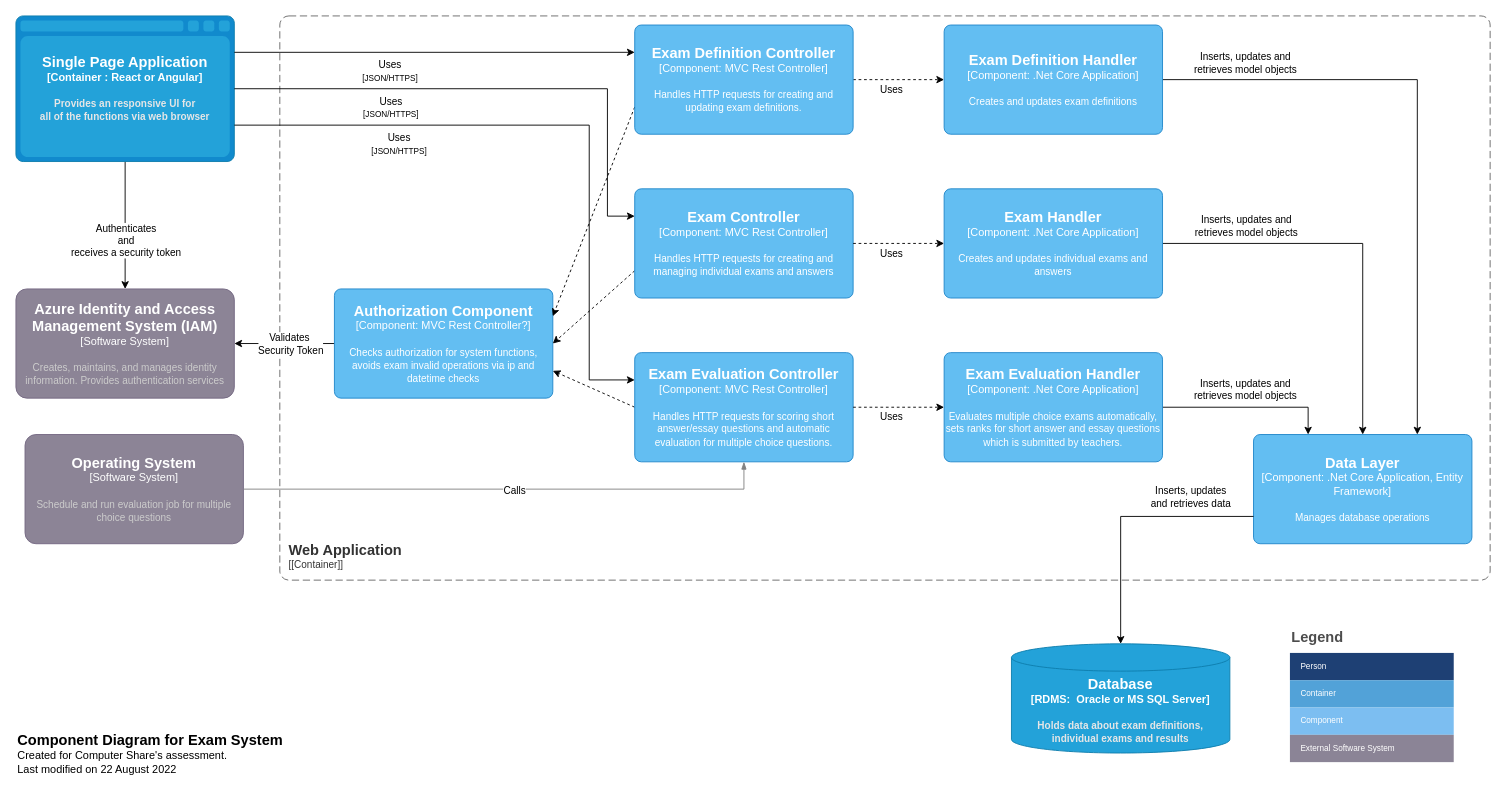
Above: Make The Grade/ComponentDiagram.drawio in KubilayKara/SoftwareDesign (draw.io), before the change. Source tidied: cells renumbered, new cells numbered last; positions are measured from the earlier drawing's top-left corner, leaving out a move shared by most shapes. Both pictures are drawn from the tidied source at 91%, with x=0, y=0 at pixel (15, 15).
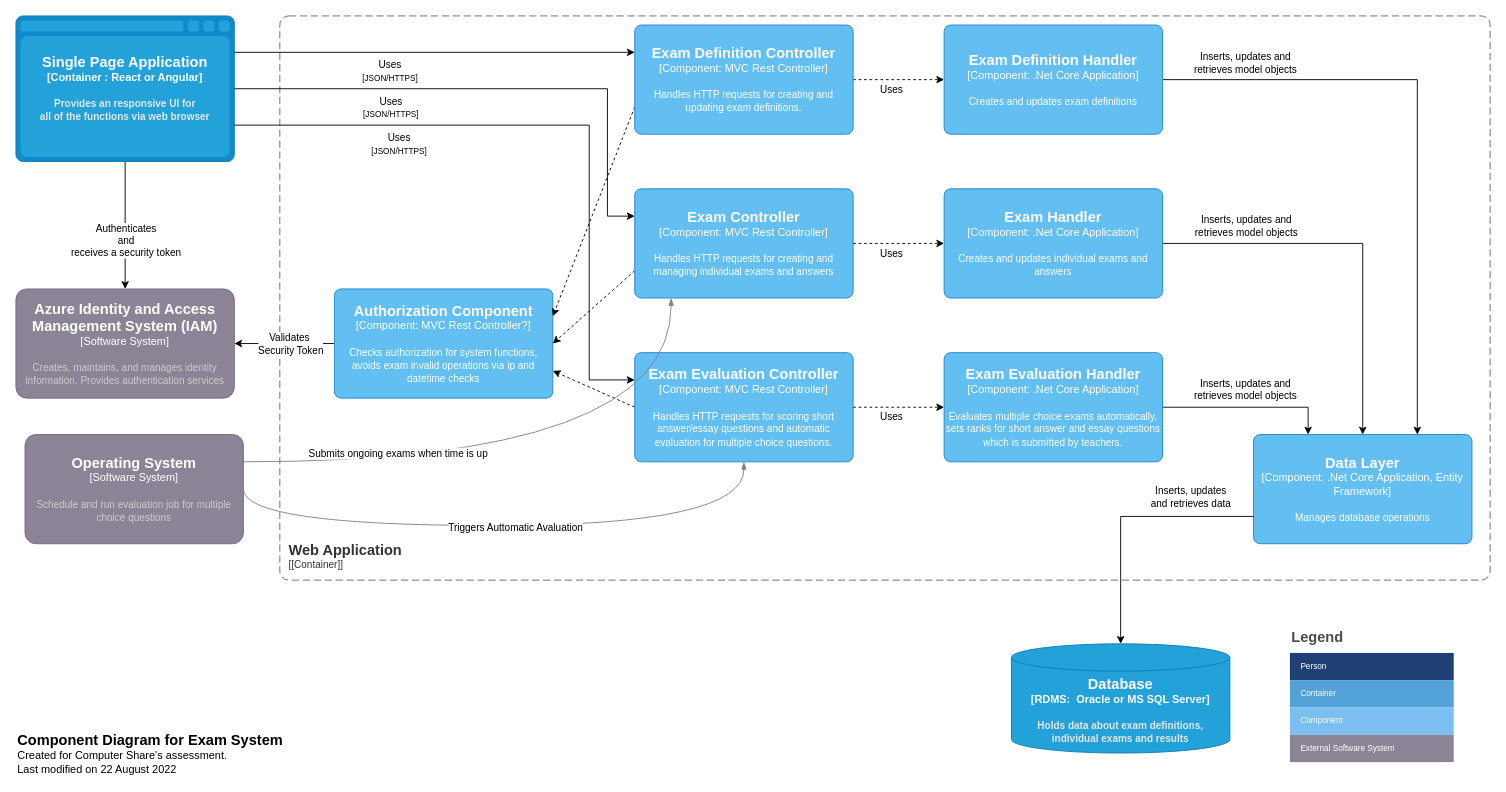
The same page after the edit.

Unchanged cells that the change refers to:
```xml
<object id="25" label="&lt;font style=&quot;font-size: 16px&quot;&gt;&lt;b&gt;%c4Name%&lt;/b&gt;&lt;/font&gt;&lt;div&gt;[%c4Type%: %c4Technology%]&lt;/div&gt;&lt;br&gt;&lt;div&gt;&lt;font style=&quot;font-size: 11px&quot;&gt;%c4Description%&lt;/font&gt;&lt;/div&gt;" c4Description="Handles HTTP requests for creating and managing individual exams and answers" c4Name="Exam Controller" c4Technology="MVC Rest Controller" c4Type="Component" placeholders="1">
  <mxCell style="rounded=1;whiteSpace=wrap;html=1;labelBackgroundColor=none;fillColor=#63BEF2;fontColor=#ffffff;align=center;arcSize=6;strokeColor=#2086C9;points=[[0.25,0,0],[0.5,0,0],[0.75,0,0],[1,0.25,0],[1,0.5,0],[1,0.75,0],[0.75,1,0],[0.5,1,0],[0.25,1,0],[0,0.75,0],[0,0.5,0],[0,0.25,0]];" parent="1" vertex="1">
    <mxGeometry x="680" y="190" width="240" height="120" as="geometry" />
  </mxCell>
</object>
<object id="27" label="&lt;font style=&quot;font-size: 16px&quot;&gt;&lt;b&gt;%c4Name%&lt;/b&gt;&lt;/font&gt;&lt;div&gt;[%c4Type%: %c4Technology%]&lt;/div&gt;&lt;br&gt;&lt;div&gt;&lt;font style=&quot;font-size: 11px&quot;&gt;%c4Description%&lt;/font&gt;&lt;/div&gt;" c4Description="Handles HTTP requests for scoring short answer/essay questions and automatic evaluation for multiple choice questions." c4Name="Exam Evaluation Controller" c4Technology="MVC Rest Controller" c4Type="Component" placeholders="1">
  <mxCell style="rounded=1;whiteSpace=wrap;html=1;labelBackgroundColor=none;fillColor=#63BEF2;fontColor=#ffffff;align=center;arcSize=6;strokeColor=#2086C9;points=[[0.25,0,0],[0.5,0,0],[0.75,0,0],[1,0.25,0],[1,0.5,0],[1,0.75,0],[0.75,1,0],[0.5,1,0],[0.25,1,0],[0,0.75,0],[0,0.5,0],[0,0.25,0]];" parent="1" vertex="1">
    <mxGeometry x="680" y="370" width="240" height="120" as="geometry" />
  </mxCell>
</object>
<object id="45" label="&lt;font style=&quot;font-size: 16px&quot;&gt;&lt;b&gt;%c4Name%&lt;/b&gt;&lt;/font&gt;&lt;div&gt;[%c4Type%]&lt;/div&gt;&lt;br&gt;&lt;div&gt;&lt;font style=&quot;font-size: 11px&quot;&gt;&lt;font color=&quot;#cccccc&quot;&gt;%c4Description%&lt;/font&gt;&lt;/div&gt;" c4Description="Schedule and run evaluation job for multiple choice questions" c4Name="Operating System" c4Type="Software System" placeholders="1">
  <mxCell style="rounded=1;whiteSpace=wrap;html=1;labelBackgroundColor=none;fillColor=#8C8496;fontColor=#ffffff;align=center;arcSize=10;strokeColor=#736782;points=[[0.25,0,0],[0.5,0,0],[0.75,0,0],[1,0.25,0],[1,0.5,0],[1,0.75,0],[0.75,1,0],[0.5,1,0],[0.25,1,0],[0,0.75,0],[0,0.5,0],[0,0.25,0]];" parent="1" vertex="1">
    <mxGeometry x="10" y="460" width="240" height="120" as="geometry" />
  </mxCell>
</object>
```

What changed in the source:
```diff
@@
-    <mxCell id="46" style="endArrow=blockThin;html=1;fontSize=10;fontColor=#404040;strokeWidth=1;endFill=1;strokeColor=#828282;elbow=vertical;jumpStyle=arc;jumpSize=16;rounded=0;edgeStyle=orthogonalEdgeStyle;exitX=1;exitY=0.5;exitDx=0;exitDy=0;exitPerimeter=0;entryX=0.5;entryY=1;entryDx=0;entryDy=0;entryPerimeter=0;" parent="1" edge="1" source="45" target="27">
+    <mxCell id="46" style="endArrow=blockThin;html=1;fontSize=10;fontColor=#404040;strokeWidth=1;endFill=1;strokeColor=#828282;elbow=vertical;jumpStyle=arc;jumpSize=16;rounded=0;edgeStyle=orthogonalEdgeStyle;exitX=1;exitY=0.5;exitDx=0;exitDy=0;exitPerimeter=0;entryX=0.5;entryY=1;entryDx=0;entryDy=0;entryPerimeter=0;curved=1;" parent="1" edge="1" source="45" target="27">
       <mxGeometry relative="1" as="geometry">
         <Array as="points">
-          <mxPoint x="800" y="520" />
+          <mxPoint x="250" y="560" />
+          <mxPoint x="800" y="560" />
         </Array>
       </mxGeometry>
     </mxCell>
-    <mxCell id="47" value="Calls" style="edgeLabel;html=1;align=center;verticalAlign=middle;" parent="46" vertex="1">
+    <mxCell id="47" value="Triggers Auttomatic Avaluation" style="edgeLabel;html=1;align=center;verticalAlign=middle;" parent="46" vertex="1">
       <mxGeometry x="0.02" y="-1" relative="1" as="geometry">
         <mxPoint x="1" as="offset" />
       </mxGeometry>
     </mxCell>
@@
+    <mxCell id="51" style="endArrow=blockThin;html=1;fontSize=10;fontColor=#404040;strokeWidth=1;endFill=1;strokeColor=#828282;elbow=vertical;jumpStyle=arc;jumpSize=16;rounded=0;edgeStyle=orthogonalEdgeStyle;curved=1;exitX=1;exitY=0.25;exitDx=0;exitDy=0;exitPerimeter=0;" parent="1" edge="1" source="45" target="25">
+      <mxGeometry relative="1" as="geometry">
+        <Array as="points">
+          <mxPoint x="720" y="490" />
+        </Array>
+      </mxGeometry>
+    </mxCell>
+    <mxCell id="52" value="Submits ongoing exams when time is up" style="edgeLabel;html=1;align=center;verticalAlign=middle;" parent="51" vertex="1">
+      <mxGeometry x="0.02" y="-1" relative="1" as="geometry">
+        <mxPoint x="-163" y="-11" as="offset" />
+      </mxGeometry>
+    </mxCell>
```
